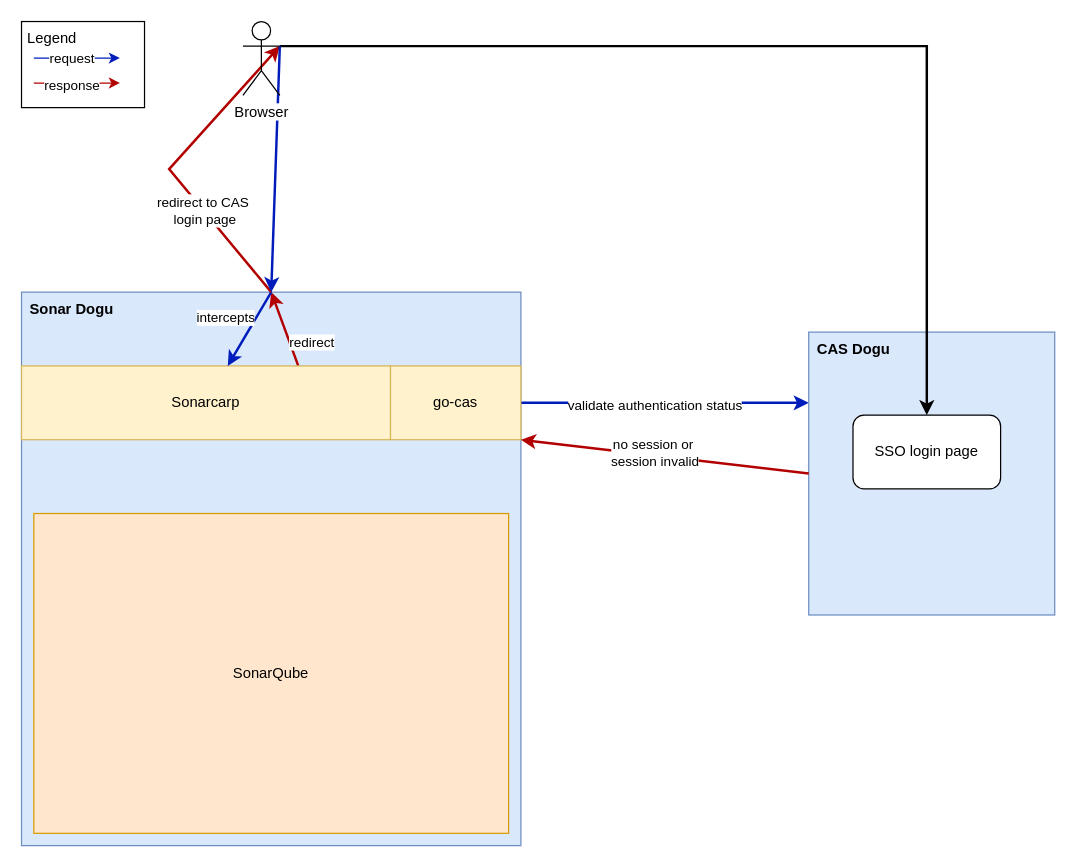
The draw.io diagram docs/development/images/sonarcarp_and_sonarqube-cas-redirect.drawio in cloudogu/sonar, before the edit. Source tidied: cells renumbered, new cells numbered last; positions are measured from the earlier drawing's top-left corner, leaving out a move shared by most shapes. Both pictures are drawn from the tidied source at 123%, with x=0, y=0 at pixel (21, 21).
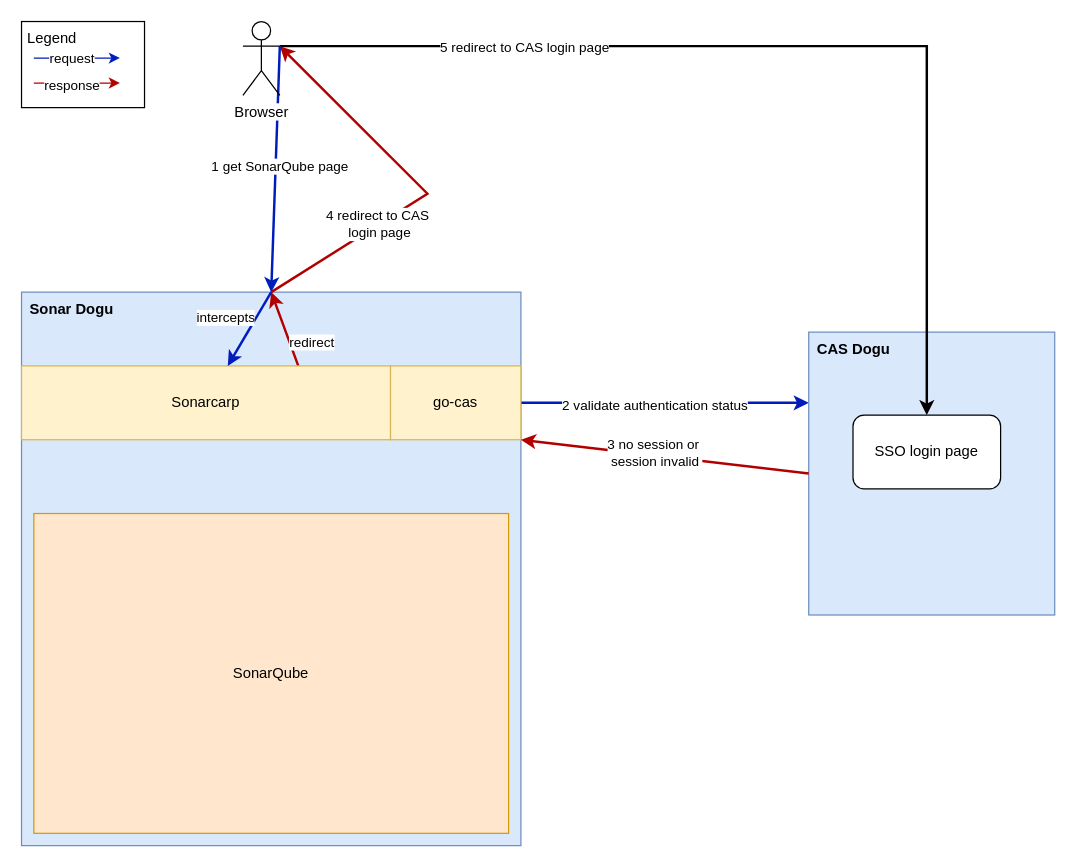
Above is the later version.

Commit message (it also covers changes not shown here):
#148 Add backchannel login image, redraw other pictures

The change refers to these unchanged cells:
```xml
<mxCell id="2" value="Sonar Dogu" style="rounded=0;whiteSpace=wrap;html=1;fillColor=#dae8fc;strokeColor=#6c8ebf;verticalAlign=top;align=left;spacingLeft=5;fontStyle=1;" parent="1" vertex="1">
  <mxGeometry y="220" width="406" height="450" as="geometry" />
</mxCell>
<mxCell id="7" style="rounded=0;jettySize=auto;html=1;entryX=0;entryY=0.25;entryDx=0;entryDy=0;endArrow=classic;endFill=1;fillColor=#0050ef;strokeColor=#001DBC;strokeWidth=2;" parent="1" edge="1" source="9" target="10">
  <mxGeometry relative="1" as="geometry" />
</mxCell>
<mxCell id="13" style="rounded=0;jettySize=auto;html=1;entryX=1;entryY=1;entryDx=0;entryDy=0;endArrow=classic;endFill=1;fillColor=#e51400;strokeColor=#B20000;exitX=0;exitY=0.5;exitDx=0;exitDy=0;strokeWidth=2;" parent="1" edge="1" source="10" target="9">
  <mxGeometry relative="1" as="geometry" />
</mxCell>
<mxCell id="17" style="edgeStyle=orthogonalEdgeStyle;rounded=0;jettySize=auto;html=1;strokeWidth=2;exitX=1;exitY=0.3333333333333333;exitDx=0;exitDy=0;exitPerimeter=0;" parent="1" edge="1" source="26" target="25">
  <mxGeometry relative="1" as="geometry" />
</mxCell>
<mxCell id="18" style="rounded=0;jettySize=auto;html=1;entryX=0.5;entryY=0;entryDx=0;entryDy=0;exitX=1;exitY=0.3333333333333333;exitDx=0;exitDy=0;exitPerimeter=0;fillColor=#0050ef;strokeColor=#001DBC;strokeWidth=2;" parent="1" edge="1" source="26" target="2">
  <mxGeometry relative="1" as="geometry" />
</mxCell>
<mxCell id="26" value="&lt;span style=&quot;background-color: rgb(255, 255, 255);&quot;&gt;Browser&lt;/span&gt;" style="shape=umlActor;verticalLabelPosition=bottom;verticalAlign=top;html=1;outlineConnect=0;" parent="1" vertex="1">
  <mxGeometry x="180" width="30" height="60" as="geometry" />
</mxCell>
```

Change to the diagram source:
```diff
@@
-    <mxCell id="8" value="validate authentication status" style="edgeLabel;html=1;align=center;verticalAlign=middle;" parent="7" vertex="1">
+    <mxCell id="8" value="2 validate authentication status" style="edgeLabel;html=1;align=center;verticalAlign=middle;" parent="7" vertex="1">
       <mxGeometry x="-0.08" y="-1" relative="1" as="geometry" />
     </mxCell>
@@
-    <mxCell id="14" value="no session or&amp;nbsp;&lt;br&gt;session invalid" style="edgeLabel;html=1;align=center;verticalAlign=middle;" parent="13" vertex="1">
+    <mxCell id="14" value="3 no session or&amp;nbsp;&lt;br&gt;session invalid" style="edgeLabel;html=1;align=center;verticalAlign=middle;" parent="13" vertex="1">
       <mxGeometry x="0.08" y="-2" relative="1" as="geometry" />
     </mxCell>
     <mxCell id="15" style="rounded=0;jettySize=auto;html=1;exitX=0.5;exitY=0;exitDx=0;exitDy=0;fillColor=#e51400;strokeColor=#B20000;strokeWidth=2;entryX=1;entryY=0.3333333333333333;entryDx=0;entryDy=0;entryPerimeter=0;" parent="1" edge="1" source="2" target="26">
       <mxGeometry relative="1" as="geometry">
         <Array as="points">
-          <mxPoint x="120" y="120" />
+          <mxPoint x="330" y="140" />
         </Array>
       </mxGeometry>
     </mxCell>
-    <mxCell id="16" value="redirect to CAS&amp;nbsp;&lt;br&gt;login page" style="edgeLabel;html=1;align=center;verticalAlign=middle;" parent="15" vertex="1">
+    <mxCell id="16" value="4 redirect to CAS&amp;nbsp;&lt;br&gt;login page" style="edgeLabel;html=1;align=center;verticalAlign=middle;" parent="15" vertex="1">
       <mxGeometry x="-0.35" relative="1" as="geometry" />
     </mxCell>
@@
+    <mxCell id="27" value="&lt;div&gt;5 redirect to CAS login page&lt;/div&gt;" style="edgeLabel;html=1;align=center;verticalAlign=middle;" parent="17" vertex="1">
+      <mxGeometry x="-0.52" relative="1" as="geometry" />
+    </mxCell>
@@
+    <mxCell id="28" value="1 get SonarQube page" style="edgeLabel;html=1;align=center;verticalAlign=middle;" parent="18" vertex="1">
+      <mxGeometry x="-0.03" y="3" relative="1" as="geometry" />
+    </mxCell>
```
